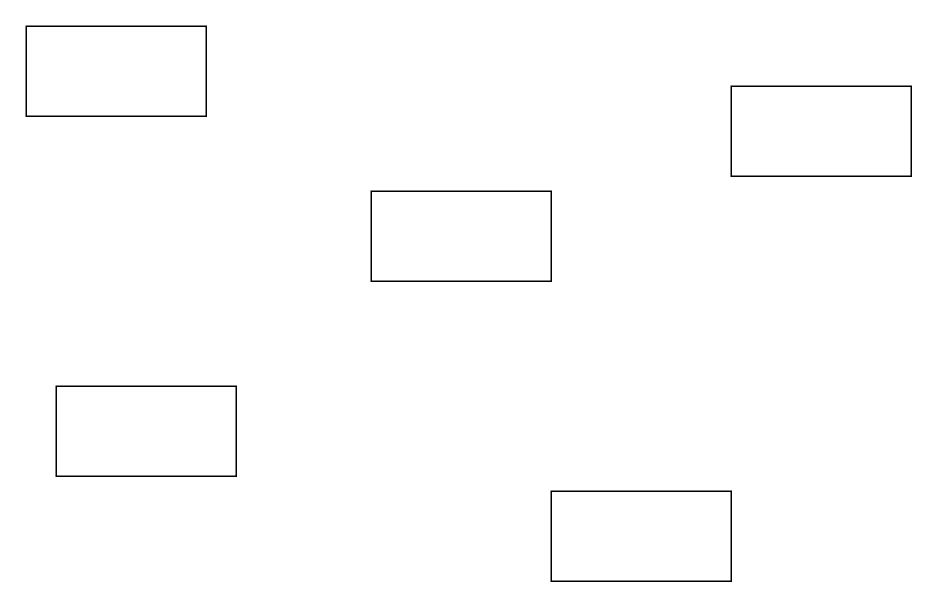
Above: workshop10_week11.drawio in antonykimuom/SWEN30006-2025-SM1-workshop1-tuew05-14-00-team-12 (draw.io), before the change. Source tidied: cells renumbered, new cells numbered last; positions are measured from the earlier drawing's top-left corner, leaving out a move shared by most shapes. Both pictures are drawn from the tidied source at 150%, with x=0, y=0 at pixel (26, 26).
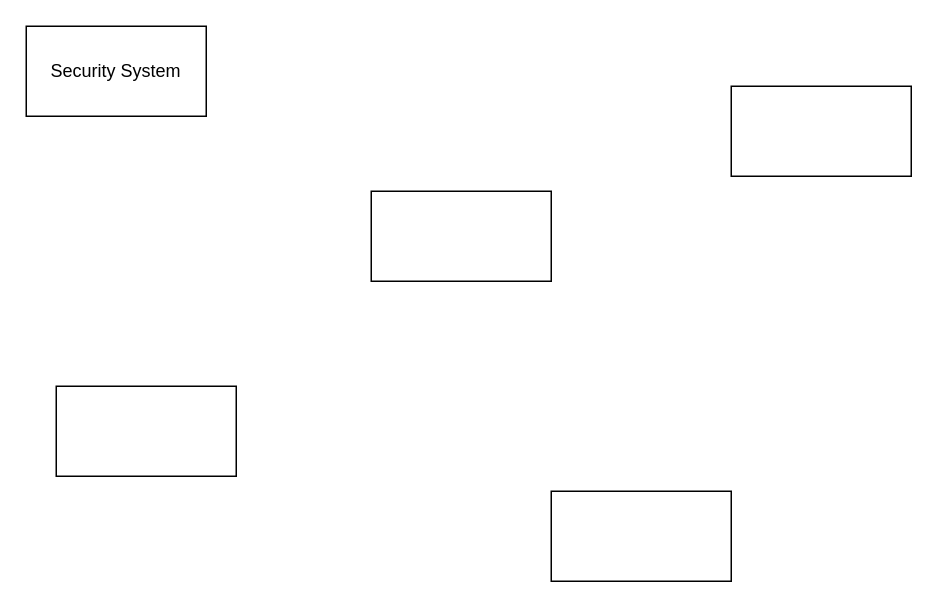
After the change.

Change to the diagram source:
```diff
@@
 <mxGraphModel>
   <root>
     <mxCell id="0" />
     <mxCell id="1" parent="0" />
     <mxCell id="2" style="rounded=0;whiteSpace=wrap;html=1;" parent="1" vertex="1">
       <mxGeometry x="230" y="110" width="120" height="60" as="geometry" />
     </mxCell>
     <mxCell id="3" style="rounded=0;whiteSpace=wrap;html=1;" parent="1" vertex="1">
       <mxGeometry x="470" y="40" width="120" height="60" as="geometry" />
     </mxCell>
-    <mxCell id="4" style="rounded=0;whiteSpace=wrap;html=1;" parent="1" vertex="1">
+    <mxCell id="4" value="Security System" style="rounded=0;whiteSpace=wrap;html=1;" parent="1" vertex="1">
       <mxGeometry width="120" height="60" as="geometry" />
     </mxCell>
     <mxCell id="5" style="rounded=0;whiteSpace=wrap;html=1;" parent="1" vertex="1">
       <mxGeometry x="350" y="310" width="120" height="60" as="geometry" />
     </mxCell>
     <mxCell id="6" style="rounded=0;whiteSpace=wrap;html=1;" parent="1" vertex="1">
       <mxGeometry x="20" y="240" width="120" height="60" as="geometry" />
     </mxCell>
   </root>
 </mxGraphModel>
```
